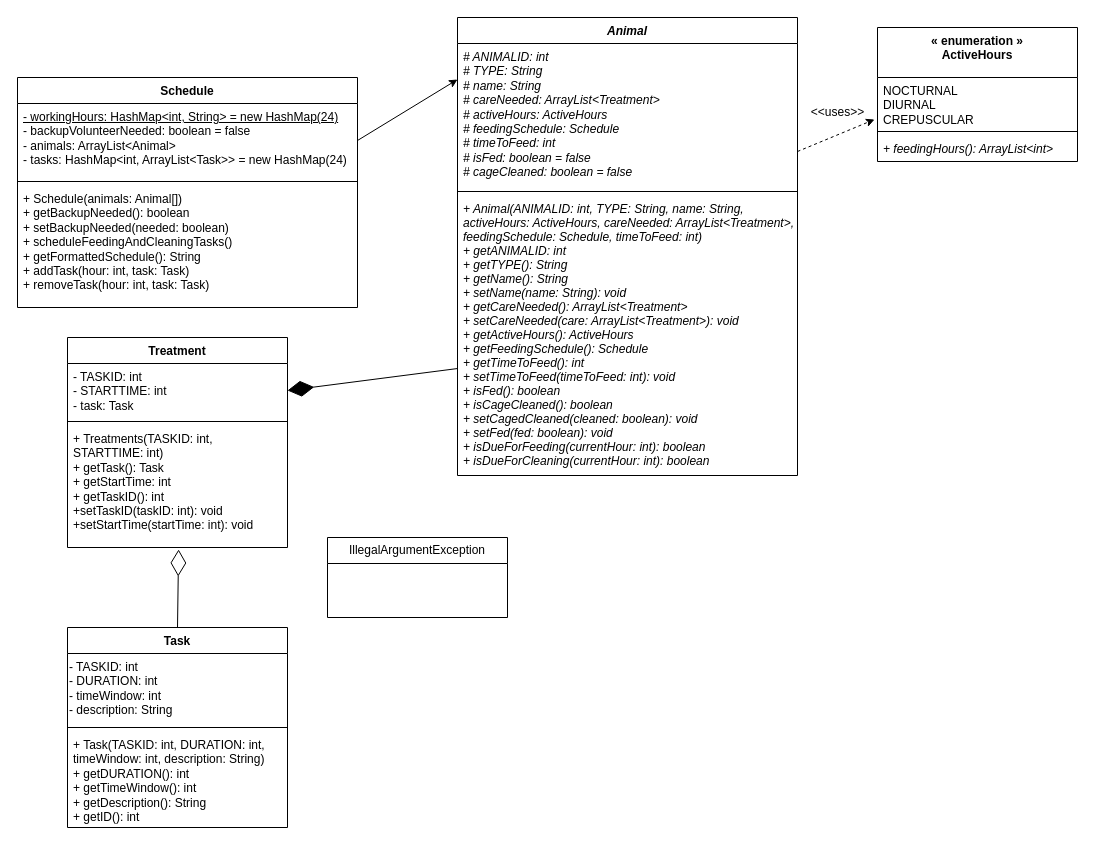
aryan-karadia/Mock-Schedule-Builder keeps this draw.io diagram as 64.drawio. Above is the earlier version. Source tidied: cells renumbered, new cells numbered last; positions are measured from the earlier drawing's top-left corner, leaving out a move shared by most shapes. Both pictures are drawn from the tidied source at 100%, with x=0, y=0 at pixel (17, 17).
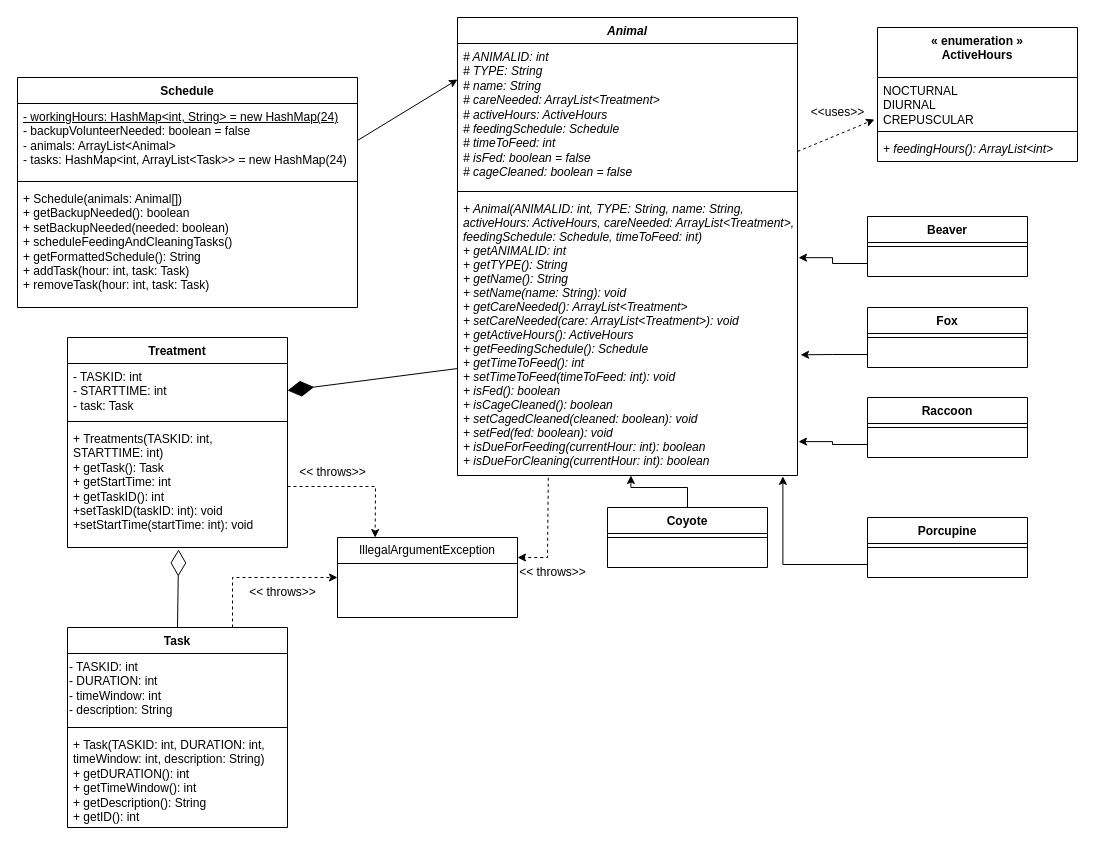
After the change.

Commit message:
Creating beaver, fox, raccoon, porcupine, and coyote classes which extend Animal

The change refers to these unchanged cells:
```xml
<mxCell id="5" value="+ Animal(ANIMALID: int, TYPE: String, name: String, &#10;activeHours: ActiveHours, careNeeded: ArrayList&lt;Treatment&gt;, &#10;feedingSchedule: Schedule, timeToFeed: int)&#10;+ getANIMALID: int&#10;+ getTYPE(): String&#10;+ getName(): String&#10;+ setName(name: String): void&#10;+ getCareNeeded(): ArrayList&lt;Treatment&gt;&#10;+ setCareNeeded(care: ArrayList&lt;Treatment&gt;): void&#10;+ getActiveHours(): ActiveHours&#10;+ getFeedingSchedule(): Schedule&#10;+ getTimeToFeed(): int&#10;+ setTimeToFeed(timeToFeed: int): void&#10;+ isFed(): boolean&#10;+ isCageCleaned(): boolean&#10;+ setCagedCleaned(cleaned: boolean): void&#10;+ setFed(fed: boolean): void&#10;+ isDueForFeeding(currentHour: int): boolean&#10;+ isDueForCleaning(currentHour: int): boolean&#10;&#10;" style="text;strokeColor=none;fillColor=none;align=left;verticalAlign=top;spacingLeft=4;spacingRight=4;overflow=hidden;points=[[0,0.5],[1,0.5]];portConstraint=eastwest;fontStyle=2;" parent="2" vertex="1">
  <mxGeometry y="178" width="340" height="280" as="geometry" />
</mxCell>
<mxCell id="10" value="Task" style="swimlane;fontStyle=1;align=center;verticalAlign=top;horizontal=1;startSize=26;whiteSpace=wrap;html=1;" parent="1" vertex="1">
  <mxGeometry x="50" y="610" width="220" height="200" as="geometry" />
</mxCell>
<mxCell id="19" value="+ Treatments(TASKID: int, STARTTIME: int)&lt;br&gt;+ getTask(): Task&lt;br&gt;+ getStartTime: int&lt;br&gt;+ getTaskID(): int&lt;br&gt;+setTaskID(taskID: int): void&lt;br&gt;+setStartTime(startTime: int): void" style="text;strokeColor=none;fillColor=none;align=left;verticalAlign=top;spacingLeft=4;spacingRight=4;overflow=hidden;points=[[0,0.5],[1,0.5]];portConstraint=eastwest;whiteSpace=wrap;html=1;" parent="16" vertex="1">
  <mxGeometry y="88" width="220" height="122" as="geometry" />
</mxCell>
```

Change to the diagram source:
```diff
@@
     <mxCell id="27" value="IllegalArgumentException" style="swimlane;fontStyle=0;horizontal=1;startSize=26;fillColor=none;whiteSpace=wrap;html=1;" parent="1" vertex="1">
-      <mxGeometry x="310" y="520" width="180" height="80" as="geometry" />
+      <mxGeometry x="320" y="520" width="180" height="80" as="geometry" />
     </mxCell>
+    <mxCell id="28" style="edgeStyle=orthogonalEdgeStyle;rounded=0;jettySize=auto;html=1;entryX=0.51;entryY=1;entryDx=0;entryDy=0;entryPerimeter=0;" parent="1" edge="1" source="29" target="5">
+      <mxGeometry relative="1" as="geometry" />
+    </mxCell>
+    <mxCell id="29" value="Coyote" style="swimlane;fontStyle=1;align=center;verticalAlign=top;horizontal=1;startSize=26;whiteSpace=wrap;html=1;" parent="1" vertex="1">
+      <mxGeometry x="590" y="490" width="160" height="60" as="geometry" />
+    </mxCell>
+    <mxCell id="30" style="line;strokeWidth=1;fillColor=none;align=left;verticalAlign=middle;spacingTop=-1;spacingLeft=3;spacingRight=3;labelPosition=right;strokeColor=inherit;" parent="29" vertex="1">
+      <mxGeometry y="26" width="160" height="8" as="geometry" />
+    </mxCell>
+    <mxCell id="31" value="&lt;br&gt;&lt;br&gt;" style="text;strokeColor=none;fillColor=none;align=left;verticalAlign=top;spacingLeft=4;spacingRight=4;overflow=hidden;whiteSpace=wrap;html=1;" parent="29" vertex="1">
+      <mxGeometry y="34" width="160" height="26" as="geometry" />
+    </mxCell>
+    <mxCell id="32" value="Beaver" style="swimlane;fontStyle=1;align=center;verticalAlign=top;horizontal=1;startSize=26;whiteSpace=wrap;html=1;" parent="1" vertex="1">
+      <mxGeometry x="850" y="199" width="160" height="60" as="geometry" />
+    </mxCell>
+    <mxCell id="33" style="line;strokeWidth=1;fillColor=none;align=left;verticalAlign=middle;spacingTop=-1;spacingLeft=3;spacingRight=3;labelPosition=right;strokeColor=inherit;" parent="32" vertex="1">
+      <mxGeometry y="26" width="160" height="8" as="geometry" />
+    </mxCell>
+    <mxCell id="34" value="&lt;br&gt;&lt;br&gt;" style="text;strokeColor=none;fillColor=none;align=left;verticalAlign=top;spacingLeft=4;spacingRight=4;overflow=hidden;points=[[0,0.5],[1,0.5]];portConstraint=eastwest;whiteSpace=wrap;html=1;" parent="32" vertex="1">
+      <mxGeometry y="34" width="160" height="26" as="geometry" />
+    </mxCell>
+    <mxCell id="35" value="Fox" style="swimlane;fontStyle=1;align=center;verticalAlign=top;horizontal=1;startSize=26;whiteSpace=wrap;html=1;" parent="1" vertex="1">
+      <mxGeometry x="850" y="290" width="160" height="60" as="geometry" />
+    </mxCell>
+    <mxCell id="36" style="line;strokeWidth=1;fillColor=none;align=left;verticalAlign=middle;spacingTop=-1;spacingLeft=3;spacingRight=3;labelPosition=right;strokeColor=inherit;" parent="35" vertex="1">
+      <mxGeometry y="26" width="160" height="8" as="geometry" />
+    </mxCell>
+    <mxCell id="37" value="&lt;br&gt;&lt;br&gt;" style="text;strokeColor=none;fillColor=none;align=left;verticalAlign=top;spacingLeft=4;spacingRight=4;overflow=hidden;points=[[0,0.5],[1,0.5]];portConstraint=eastwest;whiteSpace=wrap;html=1;" parent="35" vertex="1">
+      <mxGeometry y="34" width="160" height="26" as="geometry" />
+    </mxCell>
+    <mxCell id="38" value="Raccoon" style="swimlane;fontStyle=1;align=center;verticalAlign=top;horizontal=1;startSize=26;whiteSpace=wrap;html=1;" parent="1" vertex="1">
+      <mxGeometry x="850" y="380" width="160" height="60" as="geometry" />
+    </mxCell>
+    <mxCell id="39" style="line;strokeWidth=1;fillColor=none;align=left;verticalAlign=middle;spacingTop=-1;spacingLeft=3;spacingRight=3;labelPosition=right;strokeColor=inherit;" parent="38" vertex="1">
+      <mxGeometry y="26" width="160" height="8" as="geometry" />
+    </mxCell>
+    <mxCell id="40" value="&lt;br&gt;&lt;br&gt;" style="text;strokeColor=none;fillColor=none;align=left;verticalAlign=top;spacingLeft=4;spacingRight=4;overflow=hidden;points=[[0,0.5],[1,0.5]];portConstraint=eastwest;whiteSpace=wrap;html=1;" parent="38" vertex="1">
+      <mxGeometry y="34" width="160" height="26" as="geometry" />
+    </mxCell>
+    <mxCell id="41" value="Porcupine" style="swimlane;fontStyle=1;align=center;verticalAlign=top;horizontal=1;startSize=26;whiteSpace=wrap;html=1;" parent="1" vertex="1">
+      <mxGeometry x="850" y="500" width="160" height="60" as="geometry" />
+    </mxCell>
+    <mxCell id="42" style="line;strokeWidth=1;fillColor=none;align=left;verticalAlign=middle;spacingTop=-1;spacingLeft=3;spacingRight=3;labelPosition=right;strokeColor=inherit;" parent="41" vertex="1">
+      <mxGeometry y="26" width="160" height="8" as="geometry" />
+    </mxCell>
+    <mxCell id="43" value="&lt;br&gt;&lt;br&gt;" style="text;strokeColor=none;fillColor=none;align=left;verticalAlign=top;spacingLeft=4;spacingRight=4;overflow=hidden;points=[[0,0.5],[1,0.5]];portConstraint=eastwest;whiteSpace=wrap;html=1;" parent="41" vertex="1">
+      <mxGeometry y="34" width="160" height="26" as="geometry" />
+    </mxCell>
+    <mxCell id="44" style="edgeStyle=orthogonalEdgeStyle;rounded=0;jettySize=auto;html=1;entryX=1.009;entryY=0.569;entryDx=0;entryDy=0;entryPerimeter=0;" parent="1" edge="1" source="37" target="5">
+      <mxGeometry relative="1" as="geometry" />
+    </mxCell>
+    <mxCell id="45" style="edgeStyle=orthogonalEdgeStyle;rounded=0;jettySize=auto;html=1;entryX=1.003;entryY=0.879;entryDx=0;entryDy=0;entryPerimeter=0;" parent="1" edge="1" source="40" target="5">
+      <mxGeometry relative="1" as="geometry" />
+    </mxCell>
+    <mxCell id="46" style="edgeStyle=orthogonalEdgeStyle;rounded=0;jettySize=auto;html=1;entryX=1.003;entryY=0.222;entryDx=0;entryDy=0;entryPerimeter=0;" parent="1" edge="1" source="34" target="5">
+      <mxGeometry relative="1" as="geometry" />
+    </mxCell>
+    <mxCell id="47" style="edgeStyle=orthogonalEdgeStyle;rounded=0;jettySize=auto;html=1;entryX=0.957;entryY=1.003;entryDx=0;entryDy=0;entryPerimeter=0;" parent="1" edge="1" source="43" target="5">
+      <mxGeometry relative="1" as="geometry" />
+    </mxCell>
+    <mxCell id="48" style="html=1;labelBackgroundColor=#ffffff;startArrow=none;startFill=0;startSize=6;endArrow=classic;endFill=1;endSize=6;jettySize=auto;strokeWidth=1;dashed=1;fontSize=14;rounded=0;entryX=1;entryY=0.25;entryDx=0;entryDy=0;exitX=0.267;exitY=1.008;exitDx=0;exitDy=0;exitPerimeter=0;" parent="1" edge="1" source="5" target="27">
+      <mxGeometry relative="1" as="geometry">
+        <Array as="points">
+          <mxPoint x="530" y="540" />
+        </Array>
+      </mxGeometry>
+    </mxCell>
+    <mxCell id="49" style="html=1;labelBackgroundColor=#ffffff;startArrow=none;startFill=0;startSize=6;endArrow=classic;endFill=1;endSize=6;jettySize=auto;strokeWidth=1;dashed=1;fontSize=14;rounded=0;entryX=0.209;entryY=0.001;entryDx=0;entryDy=0;entryPerimeter=0;" parent="1" edge="1" source="19" target="27">
+      <mxGeometry relative="1" as="geometry">
+        <Array as="points">
+          <mxPoint x="358" y="469" />
+        </Array>
+      </mxGeometry>
+    </mxCell>
+    <mxCell id="50" style="html=1;labelBackgroundColor=#ffffff;startArrow=none;startFill=0;startSize=6;endArrow=classic;endFill=1;endSize=6;jettySize=auto;strokeWidth=1;dashed=1;fontSize=14;rounded=0;entryX=0;entryY=0.5;entryDx=0;entryDy=0;exitX=0.75;exitY=0;exitDx=0;exitDy=0;" parent="1" edge="1" source="10" target="27">
+      <mxGeometry relative="1" as="geometry">
+        <Array as="points">
+          <mxPoint x="215" y="560" />
+        </Array>
+      </mxGeometry>
+    </mxCell>
+    <mxCell id="51" value="&amp;lt;&amp;lt; throws&amp;gt;&amp;gt;" style="text;html=1;align=center;verticalAlign=middle;strokeColor=none;fillColor=none;" parent="1" vertex="1">
+      <mxGeometry x="270" y="440" width="90" height="30" as="geometry" />
+    </mxCell>
+    <mxCell id="52" value="&amp;lt;&amp;lt; throws&amp;gt;&amp;gt;" style="text;html=1;align=center;verticalAlign=middle;strokeColor=none;fillColor=none;" parent="1" vertex="1">
+      <mxGeometry x="220" y="560" width="90" height="30" as="geometry" />
+    </mxCell>
+    <mxCell id="53" value="&amp;lt;&amp;lt; throws&amp;gt;&amp;gt;" style="text;html=1;align=center;verticalAlign=middle;strokeColor=none;fillColor=none;" parent="1" vertex="1">
+      <mxGeometry x="490" y="540" width="90" height="30" as="geometry" />
+    </mxCell>
```
